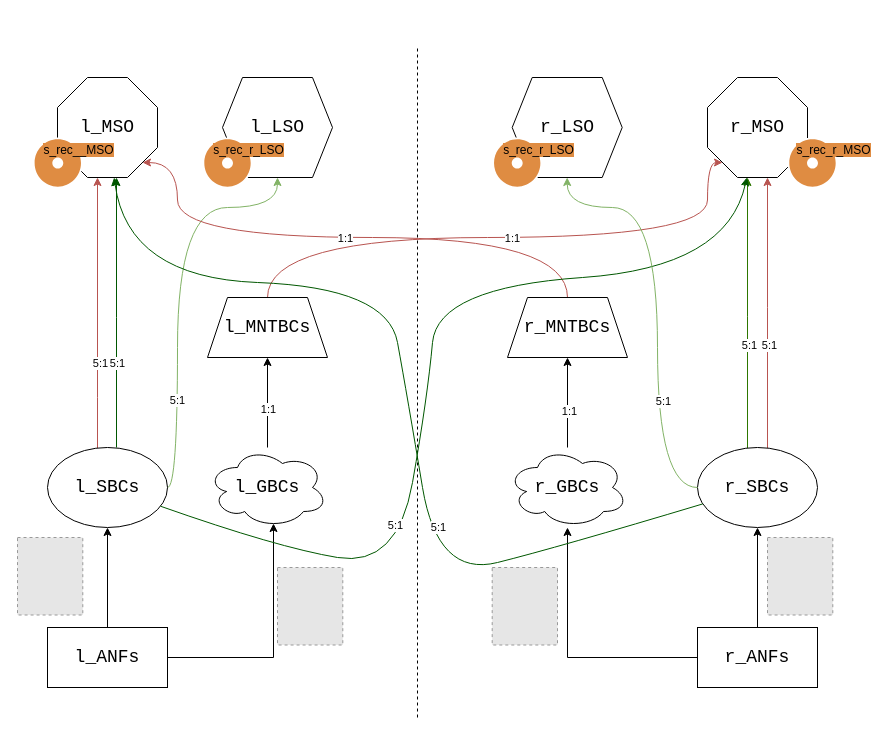
Before: docs/net_struct.drawio in pollomarzo/polithesis, a draw.io diagram. Source tidied: cells renumbered, new cells numbered last; positions are measured from the earlier drawing's top-left corner, leaving out a move shared by most shapes. Both pictures are drawn from the tidied source at 100%, with x=0, y=0 at pixel (17, 17). Pictures stored in the file or linked from it are replaced by grey dashed boxes.
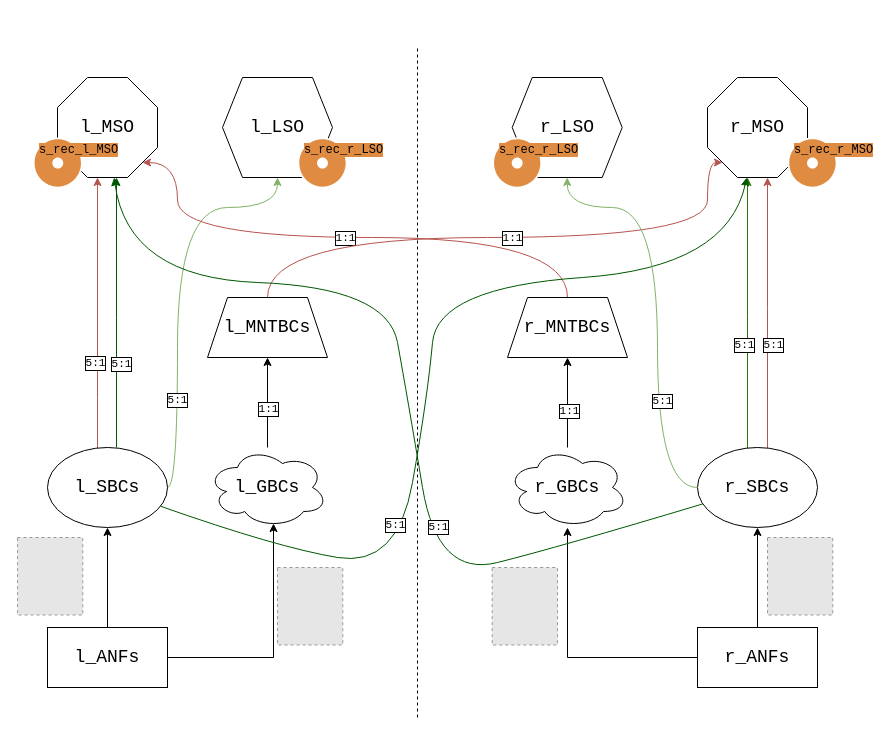
The same diagram, later.

Commit message (it also covers changes not shown here):
included connection diagram

The change refers to these unchanged cells:
```xml
<mxCell id="3" value="r_ANFs" style="rounded=0;whiteSpace=wrap;html=1;fillColor=none;fontFamily=Courier New;fontSize=18;" parent="1" vertex="1">
  <mxGeometry x="680" y="610" width="120" height="60" as="geometry" />
</mxCell>
<mxCell id="5" value="l_ANFs" style="rounded=0;whiteSpace=wrap;html=1;fillColor=none;fontFamily=Courier New;fontSize=18;" parent="1" vertex="1">
  <mxGeometry x="30" y="610" width="120" height="60" as="geometry" />
</mxCell>
<mxCell id="10" value="r_SBCs" style="ellipse;whiteSpace=wrap;html=1;fillColor=none;fontFamily=Courier New;fontSize=18;" parent="1" vertex="1">
  <mxGeometry x="680" y="430" width="120" height="80" as="geometry" />
</mxCell>
<mxCell id="15" value="&lt;div style=&quot;font-size: 18px;&quot;&gt;l_SBCs&lt;/div&gt;" style="ellipse;whiteSpace=wrap;html=1;fillColor=none;fontFamily=Courier New;fontSize=18;" parent="1" vertex="1">
  <mxGeometry x="30" y="430" width="120" height="80" as="geometry" />
</mxCell>
<mxCell id="18" value="r_GBCs" style="ellipse;shape=cloud;whiteSpace=wrap;html=1;fillColor=none;fontFamily=Courier New;fontSize=18;" parent="1" vertex="1">
  <mxGeometry x="490" y="430" width="120" height="80" as="geometry" />
</mxCell>
<mxCell id="21" value="&lt;div style=&quot;font-size: 18px;&quot;&gt;l_GBCs&lt;/div&gt;" style="ellipse;shape=cloud;whiteSpace=wrap;html=1;fillColor=none;fontFamily=Courier New;fontSize=18;" parent="1" vertex="1">
  <mxGeometry x="190" y="430" width="120" height="80" as="geometry" />
</mxCell>
<mxCell id="24" value="r_MNTBCs" style="shape=trapezoid;perimeter=trapezoidPerimeter;whiteSpace=wrap;html=1;fixedSize=1;fillColor=none;fontFamily=Courier New;fontSize=18;" parent="1" vertex="1">
  <mxGeometry x="490" y="280" width="120" height="60" as="geometry" />
</mxCell>
<mxCell id="27" value="l_MNTBCs" style="shape=trapezoid;perimeter=trapezoidPerimeter;whiteSpace=wrap;html=1;fixedSize=1;fillColor=none;fontFamily=Courier New;fontSize=18;" parent="1" vertex="1">
  <mxGeometry x="190" y="280" width="120" height="60" as="geometry" />
</mxCell>
<mxCell id="37" value="r_MSO" style="whiteSpace=wrap;html=1;shape=mxgraph.basic.octagon2;align=center;verticalAlign=middle;dx=15;fillColor=none;fontFamily=Courier New;fontSize=18;" parent="36" vertex="1">
  <mxGeometry width="100" height="100" as="geometry" />
</mxCell>
<mxCell id="40" value="r_LSO" style="shape=hexagon;perimeter=hexagonPerimeter2;whiteSpace=wrap;html=1;fixedSize=1;fillColor=none;fontFamily=Courier New;fontSize=18;" parent="39" vertex="1">
  <mxGeometry x="20" width="110" height="100" as="geometry" />
</mxCell>
<mxCell id="50" value="&lt;div style=&quot;font-size: 18px;&quot;&gt;l_MSO&lt;/div&gt;" style="whiteSpace=wrap;html=1;shape=mxgraph.basic.octagon2;align=center;verticalAlign=middle;dx=15;fillColor=none;fontFamily=Courier New;fontSize=18;" parent="49" vertex="1">
  <mxGeometry x="24.7" width="100" height="100" as="geometry" />
</mxCell>
```

Change to the diagram source:
```diff
@@
-    <mxCell id="2" style="edgeStyle=orthogonalEdgeStyle;rounded=0;jettySize=auto;html=1;" parent="1" edge="1" source="3" target="10">
+    <mxCell id="2" style="edgeStyle=orthogonalEdgeStyle;rounded=0;jettySize=auto;html=1;fontFamily=Courier New;" parent="1" edge="1" source="3" target="10">
       <mxGeometry relative="1" as="geometry" />
     </mxCell>
@@
-    <mxCell id="4" style="edgeStyle=orthogonalEdgeStyle;rounded=0;jettySize=auto;html=1;" parent="1" edge="1" source="5" target="15">
+    <mxCell id="4" style="edgeStyle=orthogonalEdgeStyle;rounded=0;jettySize=auto;html=1;fontFamily=Courier New;" parent="1" edge="1" source="5" target="15">
       <mxGeometry relative="1" as="geometry" />
     </mxCell>
@@
-    <mxCell id="6" style="edgeStyle=orthogonalEdgeStyle;rounded=0;jettySize=auto;html=1;fillColor=#f8cecc;strokeColor=#b85450;" parent="1" edge="1" source="10" target="37">
+    <mxCell id="6" style="edgeStyle=orthogonalEdgeStyle;rounded=0;jettySize=auto;html=1;fillColor=#f8cecc;strokeColor=#b85450;fontFamily=Courier New;" parent="1" edge="1" source="10" target="37">
       <mxGeometry relative="1" as="geometry">
         <Array as="points">
           <mxPoint x="750" y="290" />
           <mxPoint x="750" y="290" />
         </Array>
       </mxGeometry>
     </mxCell>
-    <mxCell id="7" value="5:1" style="edgeLabel;html=1;align=center;verticalAlign=middle;" parent="6" vertex="1">
-      <mxGeometry x="-0.24" y="-1" relative="1" as="geometry" />
+    <mxCell id="7" value="5:1" style="edgeLabel;html=1;align=center;verticalAlign=middle;fontFamily=Courier New;labelBorderColor=default;" parent="6" vertex="1">
+      <mxGeometry x="-0.24" y="-1" relative="1" as="geometry">
+        <mxPoint x="4" as="offset" />
+      </mxGeometry>
     </mxCell>
-    <mxCell id="8" style="edgeStyle=orthogonalEdgeStyle;rounded=0;jettySize=auto;html=1;fillColor=#60a917;strokeColor=#2D7600;curved=1;" parent="1" edge="1" source="10" target="37">
+    <mxCell id="8" style="edgeStyle=orthogonalEdgeStyle;rounded=0;jettySize=auto;html=1;fillColor=#60a917;strokeColor=#2D7600;curved=1;fontFamily=Courier New;" parent="1" edge="1" source="10" target="37">
       <mxGeometry relative="1" as="geometry">
         <Array as="points">
           <mxPoint x="730" y="300" />
           <mxPoint x="730" y="300" />
         </Array>
       </mxGeometry>
     </mxCell>
-    <mxCell id="9" value="5:1" style="edgeLabel;html=1;align=center;verticalAlign=middle;" parent="8" vertex="1">
-      <mxGeometry x="-0.24" y="-1" relative="1" as="geometry" />
+    <mxCell id="9" value="5:1" style="edgeLabel;html=1;align=center;verticalAlign=middle;fontFamily=Courier New;labelBorderColor=default;" parent="8" vertex="1">
+      <mxGeometry x="-0.24" y="-1" relative="1" as="geometry">
+        <mxPoint x="-5" as="offset" />
+      </mxGeometry>
     </mxCell>
@@
-    <mxCell id="11" style="edgeStyle=orthogonalEdgeStyle;rounded=0;jettySize=auto;html=1;fillColor=#f8cecc;strokeColor=#b85450;" parent="1" edge="1" source="15" target="50">
+    <mxCell id="11" style="edgeStyle=orthogonalEdgeStyle;rounded=0;jettySize=auto;html=1;fillColor=#f8cecc;strokeColor=#b85450;fontFamily=Courier New;" parent="1" edge="1" source="15" target="50">
       <mxGeometry relative="1" as="geometry">
         <Array as="points">
           <mxPoint x="80" y="380" />
           <mxPoint x="80" y="380" />
         </Array>
       </mxGeometry>
     </mxCell>
-    <mxCell id="12" value="5:1" style="edgeLabel;html=1;align=center;verticalAlign=middle;" parent="11" vertex="1">
+    <mxCell id="12" value="5:1" style="edgeLabel;html=1;align=center;verticalAlign=middle;fontFamily=Courier New;labelBorderColor=default;" parent="11" vertex="1">
       <mxGeometry x="-0.38" y="-2" relative="1" as="geometry">
-        <mxPoint y="-1" as="offset" />
+        <mxPoint x="-5" y="-1" as="offset" />
       </mxGeometry>
     </mxCell>
-    <mxCell id="13" style="edgeStyle=orthogonalEdgeStyle;rounded=0;jettySize=auto;html=1;entryX=0.5;entryY=1;entryDx=0;entryDy=0;fillColor=#d5e8d4;strokeColor=#82b366;curved=1;" parent="1" edge="1" source="15" target="43">
+    <mxCell id="13" style="edgeStyle=orthogonalEdgeStyle;rounded=0;jettySize=auto;html=1;entryX=0.5;entryY=1;entryDx=0;entryDy=0;fillColor=#d5e8d4;strokeColor=#82b366;curved=1;fontFamily=Courier New;" parent="1" edge="1" source="15" target="43">
       <mxGeometry relative="1" as="geometry">
         <Array as="points">
           <mxPoint x="160" y="470" />
           <mxPoint x="160" y="190" />
           <mxPoint x="260" y="190" />
         </Array>
       </mxGeometry>
     </mxCell>
-    <mxCell id="14" value="5:1" style="edgeLabel;html=1;align=center;verticalAlign=middle;" parent="13" vertex="1">
+    <mxCell id="14" value="5:1" style="edgeLabel;html=1;align=center;verticalAlign=middle;fontFamily=Courier New;labelBorderColor=default;" parent="13" vertex="1">
       <mxGeometry x="-0.52" y="1" relative="1" as="geometry">
         <mxPoint y="3" as="offset" />
       </mxGeometry>
     </mxCell>
@@
-    <mxCell id="16" style="edgeStyle=orthogonalEdgeStyle;rounded=0;jettySize=auto;html=1;" parent="1" edge="1" source="18" target="24">
+    <mxCell id="16" style="edgeStyle=orthogonalEdgeStyle;rounded=0;jettySize=auto;html=1;fontFamily=Courier New;" parent="1" edge="1" source="18" target="24">
       <mxGeometry relative="1" as="geometry" />
     </mxCell>
-    <mxCell id="17" value="1:1" style="edgeLabel;html=1;align=center;verticalAlign=middle;" parent="16" vertex="1">
+    <mxCell id="17" value="1:1" style="edgeLabel;html=1;align=center;verticalAlign=middle;fontFamily=Courier New;labelBorderColor=default;" parent="16" vertex="1">
       <mxGeometry x="-0.17" y="-1" relative="1" as="geometry" />
     </mxCell>
@@
-    <mxCell id="19" style="edgeStyle=orthogonalEdgeStyle;rounded=0;jettySize=auto;html=1;" parent="1" edge="1" source="21" target="27">
+    <mxCell id="19" style="edgeStyle=orthogonalEdgeStyle;rounded=0;jettySize=auto;html=1;fontFamily=Courier New;" parent="1" edge="1" source="21" target="27">
       <mxGeometry relative="1" as="geometry" />
     </mxCell>
-    <mxCell id="20" value="1:1" style="edgeLabel;html=1;align=center;verticalAlign=middle;" parent="19" vertex="1">
+    <mxCell id="20" value="1:1" style="edgeLabel;html=1;align=center;verticalAlign=middle;fontFamily=Courier New;labelBorderColor=default;" parent="19" vertex="1">
       <mxGeometry x="-0.13" relative="1" as="geometry" />
     </mxCell>
@@
-    <mxCell id="22" style="edgeStyle=orthogonalEdgeStyle;rounded=0;jettySize=auto;html=1;curved=1;fillColor=#f8cecc;strokeColor=#b85450;entryX=0;entryY=0;entryDx=85;entryDy=85;entryPerimeter=0;" parent="1" edge="1" source="24" target="50">
+    <mxCell id="22" style="edgeStyle=orthogonalEdgeStyle;rounded=0;jettySize=auto;html=1;curved=1;fillColor=#f8cecc;strokeColor=#b85450;entryX=0;entryY=0;entryDx=85;entryDy=85;entryPerimeter=0;fontFamily=Courier New;" parent="1" edge="1" source="24" target="50">
       <mxGeometry relative="1" as="geometry">
         <Array as="points">
           <mxPoint x="550" y="220" />
           <mxPoint x="160" y="220" />
           <mxPoint x="160" y="145" />
         </Array>
       </mxGeometry>
     </mxCell>
-    <mxCell id="23" value="1:1" style="edgeLabel;html=1;align=center;verticalAlign=middle;" parent="22" vertex="1">
+    <mxCell id="23" value="1:1" style="edgeLabel;html=1;align=center;verticalAlign=middle;fontFamily=Courier New;labelBorderColor=default;" parent="22" vertex="1">
       <mxGeometry x="0.01" relative="1" as="geometry" />
     </mxCell>
@@
-    <mxCell id="25" style="edgeStyle=orthogonalEdgeStyle;rounded=0;jettySize=auto;html=1;curved=1;entryX=0;entryY=0;entryDx=15;entryDy=85;entryPerimeter=0;fillColor=#f8cecc;strokeColor=#b85450;" parent="1" edge="1" source="27" target="37">
+    <mxCell id="25" style="edgeStyle=orthogonalEdgeStyle;rounded=0;jettySize=auto;html=1;curved=1;entryX=0;entryY=0;entryDx=15;entryDy=85;entryPerimeter=0;fillColor=#f8cecc;strokeColor=#b85450;fontFamily=Courier New;" parent="1" edge="1" source="27" target="37">
       <mxGeometry relative="1" as="geometry">
         <Array as="points">
           <mxPoint x="250" y="220" />
           <mxPoint x="690" y="220" />
           <mxPoint x="690" y="145" />
         </Array>
       </mxGeometry>
     </mxCell>
-    <mxCell id="26" value="1:1" style="edgeLabel;html=1;align=center;verticalAlign=middle;" parent="25" vertex="1">
+    <mxCell id="26" value="1:1" style="edgeLabel;html=1;align=center;verticalAlign=middle;fontFamily=Courier New;labelBorderColor=default;" parent="25" vertex="1">
       <mxGeometry x="0.03" relative="1" as="geometry" />
     </mxCell>
@@
-    <mxCell id="28" style="endArrow=none;dashed=1;html=1;rounded=0;" parent="1" edge="1">
+    <mxCell id="28" style="endArrow=none;dashed=1;html=1;rounded=0;fontFamily=Courier New;" parent="1" edge="1">
       <mxGeometry relative="1" as="geometry">
         <mxPoint x="400" y="700" as="sourcePoint" />
         <mxPoint x="400" y="30" as="targetPoint" />
       </mxGeometry>
     </mxCell>
-    <mxCell id="29" style="ellipse;whiteSpace=wrap;html=1;align=center;fillColor=none;strokeColor=none;perimeter=centerPerimeter;" parent="1" vertex="1">
+    <mxCell id="29" style="ellipse;whiteSpace=wrap;html=1;align=center;fillColor=none;strokeColor=none;perimeter=centerPerimeter;fontFamily=Courier New;" parent="1" vertex="1">
       <mxGeometry x="92.5" width="10" height="10" as="geometry" />
     </mxCell>
-    <mxCell id="30" style="fillColor=#E6E6E6;strokeColor=#999999;dashed=1;verticalLabelPosition=bottom;labelBackgroundColor=default;verticalAlign=top;" parent="1" vertex="1">
+    <mxCell id="30" style="fillColor=#E6E6E6;strokeColor=#999999;dashed=1;verticalLabelPosition=bottom;labelBackgroundColor=default;verticalAlign=top;fontFamily=Courier New;" parent="1" vertex="1">
       <mxGeometry y="520" width="65.3" height="77.5" as="geometry" />
     </mxCell>
-    <mxCell id="31" style="edgeStyle=orthogonalEdgeStyle;rounded=0;jettySize=auto;html=1;entryX=0.55;entryY=0.95;entryDx=0;entryDy=0;entryPerimeter=0;" parent="1" edge="1" source="5" target="21">
+    <mxCell id="31" style="edgeStyle=orthogonalEdgeStyle;rounded=0;jettySize=auto;html=1;entryX=0.55;entryY=0.95;entryDx=0;entryDy=0;entryPerimeter=0;fontFamily=Courier New;" parent="1" edge="1" source="5" target="21">
       <mxGeometry relative="1" as="geometry" />
     </mxCell>
-    <mxCell id="32" style="fillColor=#E6E6E6;strokeColor=#999999;dashed=1;verticalLabelPosition=bottom;labelBackgroundColor=default;verticalAlign=top;" parent="1" vertex="1">
+    <mxCell id="32" style="fillColor=#E6E6E6;strokeColor=#999999;dashed=1;verticalLabelPosition=bottom;labelBackgroundColor=default;verticalAlign=top;fontFamily=Courier New;" parent="1" vertex="1">
       <mxGeometry x="260" y="550" width="65.3" height="77.5" as="geometry" />
     </mxCell>
-    <mxCell id="33" style="edgeStyle=orthogonalEdgeStyle;rounded=0;jettySize=auto;html=1;entryX=0.5;entryY=1;entryDx=0;entryDy=0;entryPerimeter=0;" parent="1" edge="1" source="3" target="18">
+    <mxCell id="33" style="edgeStyle=orthogonalEdgeStyle;rounded=0;jettySize=auto;html=1;entryX=0.5;entryY=1;entryDx=0;entryDy=0;entryPerimeter=0;fontFamily=Courier New;" parent="1" edge="1" source="3" target="18">
       <mxGeometry relative="1" as="geometry" />
     </mxCell>
-    <mxCell id="34" style="fillColor=#E6E6E6;strokeColor=#999999;dashed=1;verticalLabelPosition=bottom;labelBackgroundColor=default;verticalAlign=top;" parent="1" vertex="1">
+    <mxCell id="34" style="fillColor=#E6E6E6;strokeColor=#999999;dashed=1;verticalLabelPosition=bottom;labelBackgroundColor=default;verticalAlign=top;fontFamily=Courier New;" parent="1" vertex="1">
       <mxGeometry x="474.7" y="550" width="65.3" height="77.5" as="geometry" />
     </mxCell>
-    <mxCell id="35" style="fillColor=#E6E6E6;strokeColor=#999999;dashed=1;verticalLabelPosition=bottom;labelBackgroundColor=default;verticalAlign=top;" parent="1" vertex="1">
+    <mxCell id="35" style="fillColor=#E6E6E6;strokeColor=#999999;dashed=1;verticalLabelPosition=bottom;labelBackgroundColor=default;verticalAlign=top;fontFamily=Courier New;" parent="1" vertex="1">
       <mxGeometry x="750" y="520" width="65.3" height="77.5" as="geometry" />
     </mxCell>
-    <mxCell id="36" style="group;" parent="1" vertex="1">
+    <mxCell id="36" style="group;fontFamily=Courier New;" parent="1" vertex="1">
       <mxGeometry x="690" y="60" width="130" height="111" as="geometry" />
     </mxCell>
@@
-    <mxCell id="38" value="&lt;div&gt;s_rec_r_MSO&lt;/div&gt;" style="sketch=0;shadow=0;dashed=0;html=1;strokeColor=none;fillColor=#DF8C42;labelPosition=center;verticalLabelPosition=bottom;verticalAlign=top;align=center;shape=mxgraph.veeam2.recording;spacingTop=-51;labelBackgroundColor=#DF8C42;spacing=1;spacingLeft=42;" parent="36" vertex="1">
+    <mxCell id="38" value="&lt;div&gt;s_rec_r_MSO&lt;/div&gt;" style="sketch=0;shadow=0;dashed=0;html=1;strokeColor=none;fillColor=#DF8C42;labelPosition=center;verticalLabelPosition=bottom;verticalAlign=top;align=center;shape=mxgraph.veeam2.recording;spacingTop=-51;labelBackgroundColor=#DF8C42;spacing=1;spacingLeft=42;fontFamily=Courier New;" parent="36" vertex="1">
       <mxGeometry x="80" y="60" width="50" height="51" as="geometry" />
     </mxCell>
-    <mxCell id="39" style="group;" parent="1" vertex="1">
+    <mxCell id="39" style="group;fontFamily=Courier New;" parent="1" vertex="1">
       <mxGeometry x="474.7" y="60" width="130" height="111" as="geometry" />
     </mxCell>
@@
-    <mxCell id="41" value="&lt;div&gt;s_rec_r_LSO&lt;/div&gt;" style="sketch=0;shadow=0;dashed=0;html=1;strokeColor=none;fillColor=#DF8C42;labelPosition=center;verticalLabelPosition=bottom;verticalAlign=top;align=center;shape=mxgraph.veeam2.recording;spacingTop=-51;labelBackgroundColor=#DF8C42;spacing=1;spacingLeft=42;" parent="39" vertex="1">
+    <mxCell id="41" value="&lt;div&gt;s_rec_r_LSO&lt;/div&gt;" style="sketch=0;shadow=0;dashed=0;html=1;strokeColor=none;fillColor=#DF8C42;labelPosition=center;verticalLabelPosition=bottom;verticalAlign=top;align=center;shape=mxgraph.veeam2.recording;spacingTop=-51;labelBackgroundColor=#DF8C42;spacing=1;spacingLeft=42;fontFamily=Courier New;" parent="39" vertex="1">
       <mxGeometry y="60" width="50" height="51" as="geometry" />
     </mxCell>
-    <mxCell id="42" style="group;" parent="1" vertex="1">
+    <mxCell id="42" style="group;fontFamily=Courier New;" parent="1" vertex="1">
       <mxGeometry x="185" y="60" width="130" height="111" as="geometry" />
     </mxCell>
+    <mxCell id="56" style="group;fontFamily=Courier New;" parent="42" vertex="1">
+      <mxGeometry x="20" width="125" height="111" as="geometry" />
+    </mxCell>
-    <mxCell id="43" value="l_LSO" style="shape=hexagon;perimeter=hexagonPerimeter2;whiteSpace=wrap;html=1;fixedSize=1;fillColor=none;fontFamily=Courier New;fontSize=18;" parent="42" vertex="1">
-      <mxGeometry x="20" width="110" height="100" as="geometry" />
+    <mxCell id="43" value="l_LSO" style="shape=hexagon;perimeter=hexagonPerimeter2;whiteSpace=wrap;html=1;fixedSize=1;fillColor=none;fontFamily=Courier New;fontSize=18;" parent="56" vertex="1">
+      <mxGeometry width="110" height="100" as="geometry" />
     </mxCell>
-    <mxCell id="44" value="&lt;div&gt;s_rec_r_LSO&lt;/div&gt;" style="sketch=0;shadow=0;dashed=0;html=1;strokeColor=none;fillColor=#DF8C42;labelPosition=center;verticalLabelPosition=bottom;verticalAlign=top;align=center;shape=mxgraph.veeam2.recording;spacingTop=-51;labelBackgroundColor=#DF8C42;spacing=1;spacingLeft=42;" parent="42" vertex="1">
-      <mxGeometry y="60" width="50" height="51" as="geometry" />
+    <mxCell id="44" value="&lt;div&gt;s_rec_r_LSO&lt;/div&gt;" style="sketch=0;shadow=0;dashed=0;html=1;strokeColor=none;fillColor=#DF8C42;labelPosition=center;verticalLabelPosition=bottom;verticalAlign=top;align=center;shape=mxgraph.veeam2.recording;spacingTop=-51;labelBackgroundColor=#DF8C42;spacing=1;spacingLeft=42;fontFamily=Courier New;" parent="56" vertex="1">
+      <mxGeometry x="75" y="60" width="50" height="51" as="geometry" />
     </mxCell>
-    <mxCell id="45" style="curved=1;endArrow=classic;html=1;rounded=0;fillColor=#008a00;strokeColor=#005700;" parent="1" edge="1" source="10" target="50">
+    <mxCell id="45" style="curved=1;endArrow=classic;html=1;rounded=0;fillColor=#008a00;strokeColor=#005700;fontFamily=Courier New;" parent="1" edge="1" source="10" target="50">
       <mxGeometry relative="1" as="geometry">
         <Array as="points">
           <mxPoint x="540" y="530" />
           <mxPoint x="420" y="560" />
           <mxPoint x="390" y="380" />
           <mxPoint x="370" y="270" />
           <mxPoint x="110" y="260" />
         </Array>
       </mxGeometry>
     </mxCell>
-    <mxCell id="46" value="5:1" style="edgeLabel;html=1;align=center;verticalAlign=middle;" parent="45" vertex="1">
+    <mxCell id="46" value="5:1" style="edgeLabel;html=1;align=center;verticalAlign=middle;fontFamily=Courier New;labelBorderColor=default;" parent="45" vertex="1">
       <mxGeometry x="-0.28" y="-6" relative="1" as="geometry">
         <mxPoint x="4" y="9" as="offset" />
       </mxGeometry>
     </mxCell>
-    <mxCell id="47" style="curved=1;endArrow=classic;html=1;rounded=0;fillColor=#008a00;strokeColor=#005700;" parent="1" edge="1" source="15" target="37">
+    <mxCell id="47" style="curved=1;endArrow=classic;html=1;rounded=0;fillColor=#008a00;strokeColor=#005700;fontFamily=Courier New;" parent="1" edge="1" source="15" target="37">
       <mxGeometry relative="1" as="geometry">
         <Array as="points">
           <mxPoint x="260" y="530" />
           <mxPoint x="380" y="550" />
           <mxPoint x="410" y="380" />
           <mxPoint x="420" y="270" />
           <mxPoint x="710" y="250" />
         </Array>
       </mxGeometry>
     </mxCell>
-    <mxCell id="48" value="5:1" style="edgeLabel;html=1;align=center;verticalAlign=middle;" parent="47" vertex="1">
+    <mxCell id="48" value="5:1" style="edgeLabel;html=1;align=center;verticalAlign=middle;fontFamily=Courier New;labelBorderColor=default;" parent="47" vertex="1">
       <mxGeometry x="-0.39" y="7" relative="1" as="geometry">
         <mxPoint x="-1" y="-9" as="offset" />
       </mxGeometry>
     </mxCell>
-    <mxCell id="49" style="group;" parent="1" vertex="1">
+    <mxCell id="49" style="group;fontFamily=Courier New;" parent="1" vertex="1">
       <mxGeometry x="15.3" y="60" width="124.7" height="111" as="geometry" />
     </mxCell>
@@
-    <mxCell id="51" value="&lt;div&gt;s_rec__MSO&lt;/div&gt;" style="sketch=0;shadow=0;dashed=0;html=1;strokeColor=none;fillColor=#DF8C42;labelPosition=center;verticalLabelPosition=bottom;verticalAlign=top;align=center;shape=mxgraph.veeam2.recording;spacingTop=-51;labelBackgroundColor=#DF8C42;spacing=1;spacingLeft=42;" parent="49" vertex="1">
+    <mxCell id="51" value="&lt;div&gt;s_rec_l_MSO&lt;/div&gt;" style="sketch=0;shadow=0;dashed=0;html=1;strokeColor=none;fillColor=#DF8C42;labelPosition=center;verticalLabelPosition=bottom;verticalAlign=top;align=center;shape=mxgraph.veeam2.recording;spacingTop=-51;labelBackgroundColor=#DF8C42;spacing=1;spacingLeft=42;fontFamily=Courier New;" parent="49" vertex="1">
       <mxGeometry y="60" width="50" height="51" as="geometry" />
     </mxCell>
-    <mxCell id="52" style="edgeStyle=orthogonalEdgeStyle;rounded=0;jettySize=auto;html=1;entryX=0.5;entryY=1;entryDx=0;entryDy=0;curved=1;fillColor=#d5e8d4;strokeColor=#82b366;" parent="1" edge="1" source="10" target="40">
+    <mxCell id="52" style="edgeStyle=orthogonalEdgeStyle;rounded=0;jettySize=auto;html=1;entryX=0.5;entryY=1;entryDx=0;entryDy=0;curved=1;fillColor=#d5e8d4;strokeColor=#82b366;fontFamily=Courier New;" parent="1" edge="1" source="10" target="40">
       <mxGeometry relative="1" as="geometry">
         <Array as="points">
           <mxPoint x="640" y="470" />
           <mxPoint x="640" y="190" />
           <mxPoint x="550" y="190" />
         </Array>
       </mxGeometry>
     </mxCell>
-    <mxCell id="53" value="5:1" style="edgeLabel;html=1;align=center;verticalAlign=middle;" parent="52" vertex="1">
+    <mxCell id="53" value="5:1" style="edgeLabel;html=1;align=center;verticalAlign=middle;fontFamily=Courier New;labelBorderColor=default;" parent="52" vertex="1">
       <mxGeometry x="-0.45" y="-5" relative="1" as="geometry">
-        <mxPoint y="-6" as="offset" />
+        <mxPoint x="-1" y="-6" as="offset" />
       </mxGeometry>
     </mxCell>
-    <mxCell id="54" style="edgeStyle=orthogonalEdgeStyle;rounded=0;orthogonalLoop=1;jettySize=auto;html=1;fillColor=#008a00;strokeColor=#005700;" parent="1" edge="1">
+    <mxCell id="54" style="edgeStyle=orthogonalEdgeStyle;rounded=0;orthogonalLoop=1;jettySize=auto;html=1;fillColor=#008a00;strokeColor=#005700;fontFamily=Courier New;" parent="1" edge="1">
       <mxGeometry relative="1" as="geometry">
         <mxPoint x="99" y="430" as="sourcePoint" />
         <mxPoint x="99" y="160" as="targetPoint" />
         <Array as="points">
           <mxPoint x="99" y="300" />
           <mxPoint x="99" y="300" />
         </Array>
       </mxGeometry>
     </mxCell>
-    <mxCell id="55" value="5:1" style="edgeLabel;html=1;align=center;verticalAlign=middle;" parent="54" vertex="1">
-      <mxGeometry x="-0.37" relative="1" as="geometry" />
+    <mxCell id="55" value="5:1" style="edgeLabel;html=1;align=center;verticalAlign=middle;fontFamily=Courier New;labelBorderColor=default;" parent="54" vertex="1">
+      <mxGeometry x="-0.37" relative="1" as="geometry">
+        <mxPoint x="4" y="1" as="offset" />
+      </mxGeometry>
     </mxCell>
```
